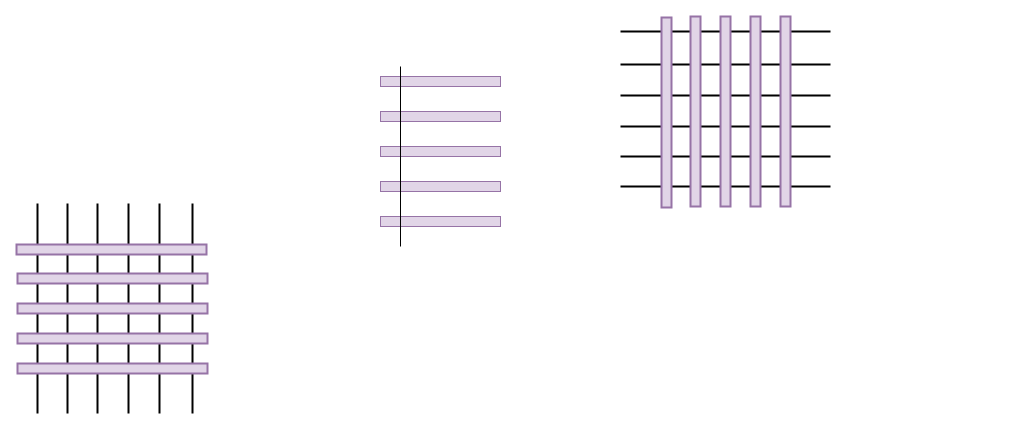
chenjgui/Flow-chat keeps this draw.io diagram as 复杂.drawio. Above is the earlier version. Source tidied: cells renumbered, new cells numbered last; positions are measured from the earlier drawing's top-left corner, leaving out a move shared by most shapes. Both pictures are drawn from the tidied source at 100%, with x=0, y=0 at pixel (-40, 31).
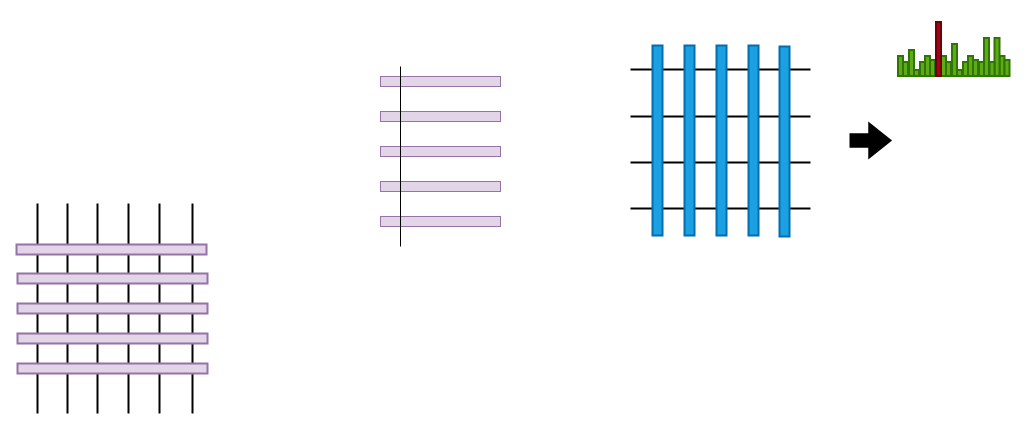
Above is the later version.

Diff of the diagram source:
```diff
@@
-    <mxCell id="8" style="endArrow=none;html=1;strokeWidth=2;" parent="1" edge="1">
-      <mxGeometry relative="1" as="geometry">
-        <mxPoint x="870" as="sourcePoint" />
-        <mxPoint x="660" as="targetPoint" />
-      </mxGeometry>
-    </mxCell>
-    <mxCell id="9" style="endArrow=none;html=1;strokeWidth=2;" parent="1" edge="1">
-      <mxGeometry relative="1" as="geometry">
-        <mxPoint x="870" y="33" as="sourcePoint" />
-        <mxPoint x="660" y="33" as="targetPoint" />
-      </mxGeometry>
-    </mxCell>
-    <mxCell id="10" style="endArrow=none;html=1;strokeWidth=2;" parent="1" edge="1">
-      <mxGeometry relative="1" as="geometry">
-        <mxPoint x="870" y="64" as="sourcePoint" />
-        <mxPoint x="660" y="64" as="targetPoint" />
-      </mxGeometry>
-    </mxCell>
-    <mxCell id="11" style="endArrow=none;html=1;strokeWidth=2;" parent="1" edge="1">
-      <mxGeometry relative="1" as="geometry">
-        <mxPoint x="870" y="95" as="sourcePoint" />
-        <mxPoint x="660" y="95" as="targetPoint" />
-      </mxGeometry>
-    </mxCell>
-    <mxCell id="12" style="endArrow=none;html=1;strokeWidth=2;" parent="1" edge="1">
-      <mxGeometry relative="1" as="geometry">
-        <mxPoint x="870" y="125" as="sourcePoint" />
-        <mxPoint x="660" y="125" as="targetPoint" />
-      </mxGeometry>
-    </mxCell>
-    <mxCell id="13" style="endArrow=none;html=1;strokeWidth=2;" parent="1" edge="1">
-      <mxGeometry relative="1" as="geometry">
-        <mxPoint x="870" y="155" as="sourcePoint" />
-        <mxPoint x="660" y="155" as="targetPoint" />
-      </mxGeometry>
-    </mxCell>
-    <mxCell id="14" style="rounded=0;whiteSpace=wrap;html=1;fillColor=#e1d5e7;strokeColor=#9673a6;rotation=-90;strokeWidth=2;" parent="1" vertex="1">
-      <mxGeometry x="611" y="76" width="190" height="10" as="geometry" />
-    </mxCell>
-    <mxCell id="15" style="rounded=0;whiteSpace=wrap;html=1;fillColor=#e1d5e7;strokeColor=#9673a6;rotation=-90;strokeWidth=2;" parent="1" vertex="1">
-      <mxGeometry x="640" y="75" width="190" height="10" as="geometry" />
-    </mxCell>
-    <mxCell id="16" style="rounded=0;whiteSpace=wrap;html=1;fillColor=#e1d5e7;strokeColor=#9673a6;rotation=-90;strokeWidth=2;" parent="1" vertex="1">
-      <mxGeometry x="670" y="75" width="190" height="10" as="geometry" />
-    </mxCell>
-    <mxCell id="17" style="rounded=0;whiteSpace=wrap;html=1;fillColor=#e1d5e7;strokeColor=#9673a6;rotation=-90;strokeWidth=2;" parent="1" vertex="1">
-      <mxGeometry x="700" y="75" width="190" height="10" as="geometry" />
-    </mxCell>
-    <mxCell id="18" style="rounded=0;whiteSpace=wrap;html=1;fillColor=#e1d5e7;strokeColor=#9673a6;rotation=-90;strokeWidth=2;" parent="1" vertex="1">
-      <mxGeometry x="730" y="75" width="190" height="10" as="geometry" />
-    </mxCell>
@@
+    <mxCell id="31" style="endArrow=none;html=1;strokeWidth=2;" parent="1" edge="1">
+      <mxGeometry relative="1" as="geometry">
+        <mxPoint x="850" y="38" as="sourcePoint" />
+        <mxPoint x="670" y="38" as="targetPoint" />
+      </mxGeometry>
+    </mxCell>
+    <mxCell id="32" style="endArrow=none;html=1;strokeWidth=2;" parent="1" edge="1">
+      <mxGeometry relative="1" as="geometry">
+        <mxPoint x="850" y="85" as="sourcePoint" />
+        <mxPoint x="670" y="85" as="targetPoint" />
+      </mxGeometry>
+    </mxCell>
+    <mxCell id="33" style="endArrow=none;html=1;strokeWidth=2;" parent="1" edge="1">
+      <mxGeometry relative="1" as="geometry">
+        <mxPoint x="850" y="131" as="sourcePoint" />
+        <mxPoint x="670" y="131" as="targetPoint" />
+      </mxGeometry>
+    </mxCell>
+    <mxCell id="34" style="endArrow=none;html=1;strokeWidth=2;" parent="1" edge="1">
+      <mxGeometry relative="1" as="geometry">
+        <mxPoint x="850" y="177" as="sourcePoint" />
+        <mxPoint x="670" y="177" as="targetPoint" />
+      </mxGeometry>
+    </mxCell>
+    <mxCell id="35" style="rounded=0;whiteSpace=wrap;html=1;fillColor=#1ba1e2;strokeColor=#006EAF;rotation=-90;strokeWidth=2;fontColor=#ffffff;" parent="1" vertex="1">
+      <mxGeometry x="602" y="104" width="190" height="10" as="geometry" />
+    </mxCell>
+    <mxCell id="36" style="rounded=0;whiteSpace=wrap;html=1;fillColor=#1ba1e2;strokeColor=#006EAF;rotation=-90;strokeWidth=2;fontColor=#ffffff;" parent="1" vertex="1">
+      <mxGeometry x="634" y="104" width="190" height="10" as="geometry" />
+    </mxCell>
+    <mxCell id="37" style="rounded=0;whiteSpace=wrap;html=1;fillColor=#1ba1e2;strokeColor=#006EAF;rotation=-90;strokeWidth=2;fontColor=#ffffff;" parent="1" vertex="1">
+      <mxGeometry x="666" y="104" width="190" height="10" as="geometry" />
+    </mxCell>
+    <mxCell id="38" style="rounded=0;whiteSpace=wrap;html=1;fillColor=#1ba1e2;strokeColor=#006EAF;rotation=-90;strokeWidth=2;fontColor=#ffffff;" parent="1" vertex="1">
+      <mxGeometry x="698" y="104" width="190" height="10" as="geometry" />
+    </mxCell>
+    <mxCell id="39" style="rounded=0;whiteSpace=wrap;html=1;fillColor=#1ba1e2;strokeColor=#006EAF;rotation=-90;strokeWidth=2;fontColor=#ffffff;" parent="1" vertex="1">
+      <mxGeometry x="729" y="105" width="190" height="10" as="geometry" />
+    </mxCell>
+    <mxCell id="40" style="shape=singleArrow;whiteSpace=wrap;html=1;arrowWidth=0.3633217993079607;arrowSize=0.530882352941164;strokeWidth=2;fillColor=#000000;strokeColor=#000000;" parent="1" vertex="1">
+      <mxGeometry x="890" y="92" width="40" height="34" as="geometry" />
+    </mxCell>
+    <mxCell id="41" style="rounded=0;whiteSpace=wrap;html=1;fillColor=#60a917;strokeColor=#2D7600;rotation=-90;strokeWidth=2;fontColor=#ffffff;" parent="1" vertex="1">
+      <mxGeometry x="930" y="32" width="20" height="5" as="geometry" />
+    </mxCell>
+    <mxCell id="42" style="rounded=0;whiteSpace=wrap;html=1;fillColor=#60a917;strokeColor=#2D7600;rotation=-90;strokeWidth=2;fontColor=#ffffff;" parent="1" vertex="1">
+      <mxGeometry x="938" y="35" width="14" height="5" as="geometry" />
+    </mxCell>
+    <mxCell id="43" style="rounded=0;whiteSpace=wrap;html=1;fillColor=#60a917;strokeColor=#2D7600;rotation=-90;strokeWidth=2;fontColor=#ffffff;" parent="1" vertex="1">
+      <mxGeometry x="938" y="29" width="26" height="5" as="geometry" />
+    </mxCell>
+    <mxCell id="44" style="rounded=0;whiteSpace=wrap;html=1;fillColor=#60a917;strokeColor=#2D7600;rotation=-90;strokeWidth=2;fontColor=#ffffff;" parent="1" vertex="1">
+      <mxGeometry x="953" y="39" width="6" height="5" as="geometry" />
+    </mxCell>
+    <mxCell id="45" style="rounded=0;whiteSpace=wrap;html=1;fillColor=#60a917;strokeColor=#2D7600;rotation=-90;strokeWidth=2;fontColor=#ffffff;" parent="1" vertex="1">
+      <mxGeometry x="955" y="35" width="14" height="5" as="geometry" />
+    </mxCell>
+    <mxCell id="46" style="rounded=0;whiteSpace=wrap;html=1;fillColor=#60a917;strokeColor=#2D7600;rotation=-90;strokeWidth=2;fontColor=#ffffff;" parent="1" vertex="1">
+      <mxGeometry x="957" y="32" width="20" height="5" as="geometry" />
+    </mxCell>
+    <mxCell id="47" style="rounded=0;whiteSpace=wrap;html=1;fillColor=#60a917;strokeColor=#2D7600;rotation=-90;strokeWidth=2;fontColor=#ffffff;" parent="1" vertex="1">
+      <mxGeometry x="964" y="34" width="16" height="5" as="geometry" />
+    </mxCell>
+    <mxCell id="48" style="rounded=0;whiteSpace=wrap;html=1;fillColor=#60a917;strokeColor=#2D7600;rotation=-90;strokeWidth=2;fontColor=#ffffff;" parent="1" vertex="1">
+      <mxGeometry x="973" y="32" width="20" height="5" as="geometry" />
+    </mxCell>
+    <mxCell id="49" style="rounded=0;whiteSpace=wrap;html=1;fillColor=#60a917;strokeColor=#2D7600;rotation=-90;strokeWidth=2;fontColor=#ffffff;" parent="1" vertex="1">
+      <mxGeometry x="981" y="35" width="14" height="5" as="geometry" />
+    </mxCell>
+    <mxCell id="50" style="rounded=0;whiteSpace=wrap;html=1;fillColor=#60a917;strokeColor=#2D7600;rotation=-90;strokeWidth=2;fontColor=#ffffff;" parent="1" vertex="1">
+      <mxGeometry x="978" y="26" width="32" height="5" as="geometry" />
+    </mxCell>
+    <mxCell id="51" style="rounded=0;whiteSpace=wrap;html=1;fillColor=#60a917;strokeColor=#2D7600;rotation=-90;strokeWidth=2;fontColor=#ffffff;" parent="1" vertex="1">
+      <mxGeometry x="996" y="39" width="6" height="5" as="geometry" />
+    </mxCell>
+    <mxCell id="52" style="rounded=0;whiteSpace=wrap;html=1;fillColor=#60a917;strokeColor=#2D7600;rotation=-90;strokeWidth=2;fontColor=#ffffff;" parent="1" vertex="1">
+      <mxGeometry x="998" y="35" width="14" height="5" as="geometry" />
+    </mxCell>
+    <mxCell id="53" style="rounded=0;whiteSpace=wrap;html=1;fillColor=#60a917;strokeColor=#2D7600;rotation=-90;strokeWidth=2;fontColor=#ffffff;" parent="1" vertex="1">
+      <mxGeometry x="1000" y="32" width="20" height="5" as="geometry" />
+    </mxCell>
+    <mxCell id="54" style="rounded=0;whiteSpace=wrap;html=1;fillColor=#60a917;strokeColor=#2D7600;rotation=-90;strokeWidth=2;fontColor=#ffffff;" parent="1" vertex="1">
+      <mxGeometry x="1007" y="23" width="38" height="5" as="geometry" />
+    </mxCell>
+    <mxCell id="55" style="rounded=0;whiteSpace=wrap;html=1;fillColor=#60a917;strokeColor=#2D7600;rotation=-90;strokeWidth=2;fontColor=#ffffff;" parent="1" vertex="1">
+      <mxGeometry x="1007" y="34" width="16" height="5" as="geometry" />
+    </mxCell>
+    <mxCell id="56" style="rounded=0;whiteSpace=wrap;html=1;fillColor=#60a917;strokeColor=#2D7600;rotation=-90;strokeWidth=2;fontColor=#ffffff;" parent="1" vertex="1">
+      <mxGeometry x="1014" y="35" width="14" height="5" as="geometry" />
+    </mxCell>
+    <mxCell id="57" style="rounded=0;whiteSpace=wrap;html=1;fillColor=#a20025;strokeColor=#6F0000;rotation=-90;strokeWidth=2;fontColor=#ffffff;" parent="1" vertex="1">
+      <mxGeometry x="951" y="15" width="54" height="5" as="geometry" />
+    </mxCell>
+    <mxCell id="58" style="rounded=0;whiteSpace=wrap;html=1;fillColor=#60a917;strokeColor=#2D7600;rotation=-90;strokeWidth=2;fontColor=#ffffff;" parent="1" vertex="1">
+      <mxGeometry x="1031.5" y="32" width="20" height="5" as="geometry" />
+    </mxCell>
+    <mxCell id="59" style="rounded=0;whiteSpace=wrap;html=1;fillColor=#60a917;strokeColor=#2D7600;rotation=-90;strokeWidth=2;fontColor=#ffffff;" parent="1" vertex="1">
+      <mxGeometry x="1017.5" y="23" width="38" height="5" as="geometry" />
+    </mxCell>
+    <mxCell id="60" style="rounded=0;whiteSpace=wrap;html=1;fillColor=#60a917;strokeColor=#2D7600;rotation=-90;strokeWidth=2;fontColor=#ffffff;" parent="1" vertex="1">
+      <mxGeometry x="1038.5" y="34" width="16" height="5" as="geometry" />
+    </mxCell>
+    <mxCell id="61" style="rounded=0;whiteSpace=wrap;html=1;fillColor=#60a917;strokeColor=#2D7600;rotation=-90;strokeWidth=2;fontColor=#ffffff;" parent="1" vertex="1">
+      <mxGeometry x="1024.5" y="35" width="14" height="5" as="geometry" />
+    </mxCell>
```
